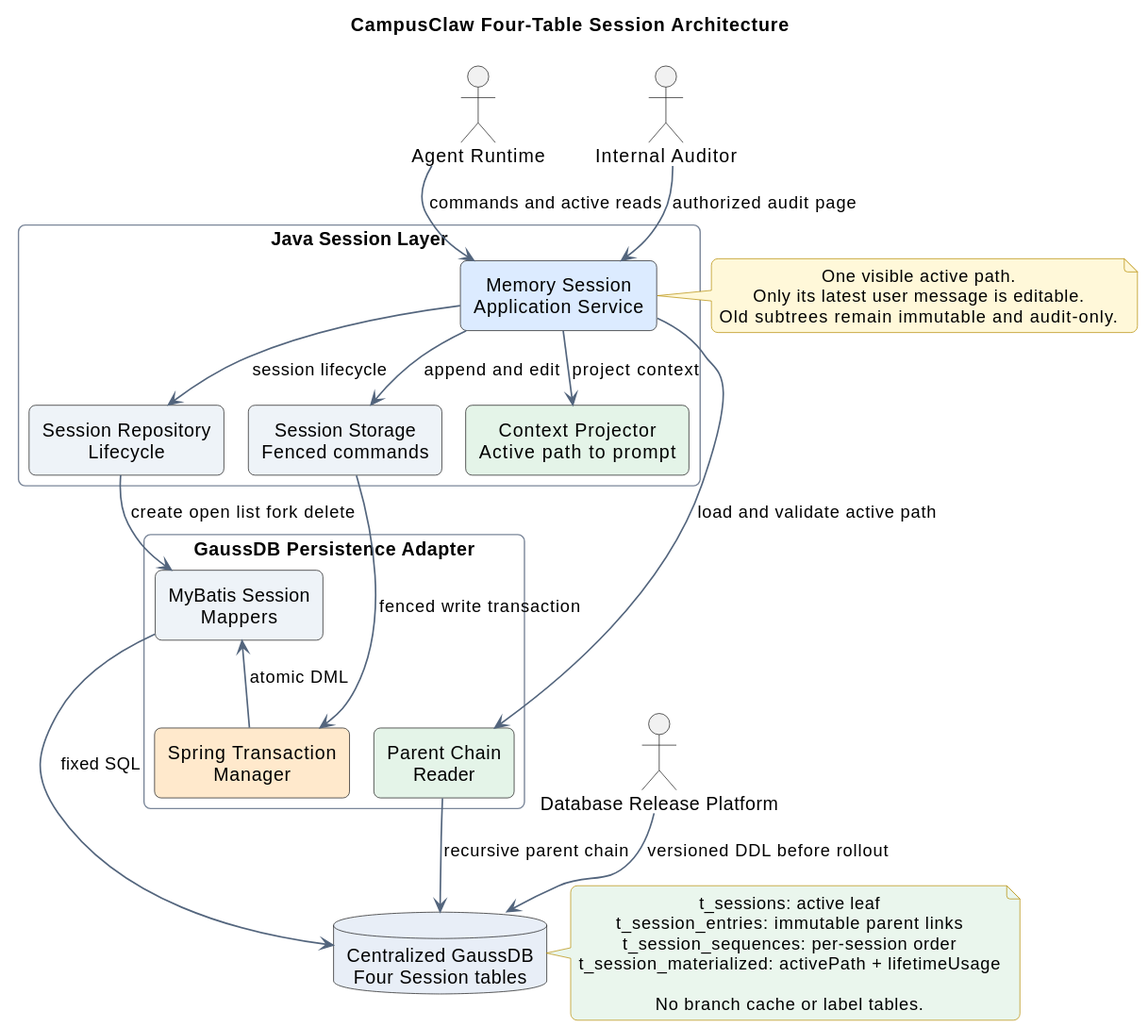
Above: diagrams/memory/memory-architecture.svg in ssm0808/pi-mono-java-design (PlantUML), before the change.
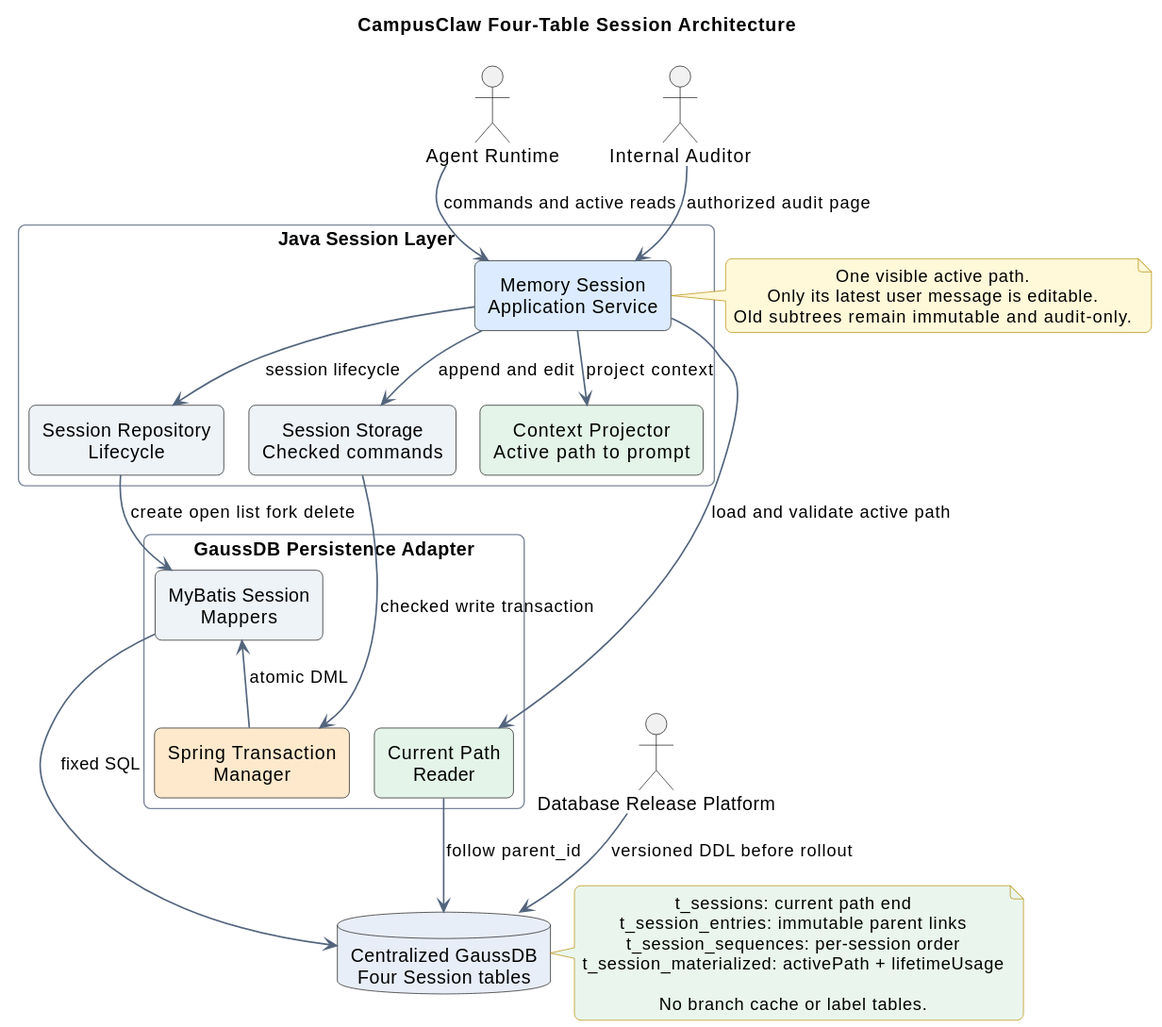
Later version of the same file.

Commit message:
docs(memory): polish design terminology

Change to the diagram source:
```diff
@@ -25,7 +25,7 @@
 package "Java Session Layer" as javaLayer {
   component "Memory Session\nApplication Service" as app #DCEBFF
   component "Session Repository\nLifecycle" as repository #EEF3F8
-  component "Session Storage\nFenced commands" as storage #EEF3F8
+  component "Session Storage\nChecked commands" as storage #EEF3F8
   component "Context Projector\nActive path to prompt" as projector #E4F4E8
 
   repository -[hidden]right- storage
@@ -38,7 +38,7 @@
 package "GaussDB Persistence Adapter" as adapter {
   component "MyBatis Session\nMappers" as mappers #EEF3F8
   component "Spring Transaction\nManager" as tx #FFE9CC
-  component "Parent Chain\nReader" as pathReader #E4F4E8
+  component "Current Path\nReader" as pathReader #E4F4E8
 
   mappers -[hidden]right- tx
   tx -[hidden]right- pathReader
@@ -50,10 +50,10 @@
 runtime --> app : commands and active reads
 auditor --> app : authorized audit page
 repository --> mappers : create open list fork delete
-storage --> tx : fenced write transaction
+storage --> tx : checked write transaction
 app --> pathReader : load and validate active path
 mappers --> db : fixed SQL
-pathReader --> db : recursive parent chain
+pathReader --> db : follow parent_id
 release --> db : versioned DDL before rollout
 
 note left of app
@@ -63,7 +63,7 @@
 end note
 
 note right of db #EAF6ED
-t_sessions: active leaf
+t_sessions: current path end
 t_session_entries: immutable parent links
 t_session_sequences: per-session order
 t_session_materialized: activePath + lifetimeUsage
```
